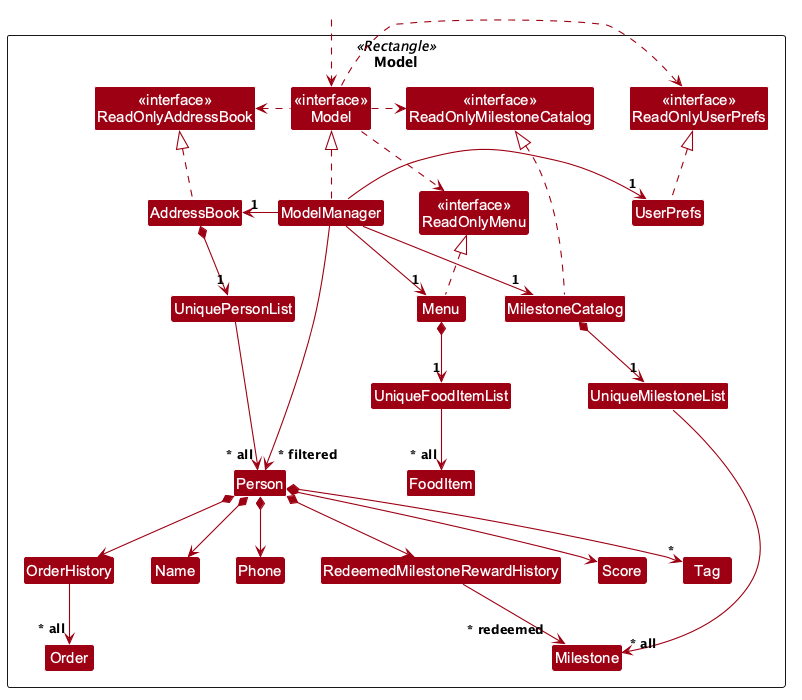
Before: docs/images/ModelClassDiagram.png, a diagram exported from PlantUML (AY2627S1-CS2103T-F12-3/tp). Its source is kept beside it as docs/diagrams/ModelClassDiagram.puml.
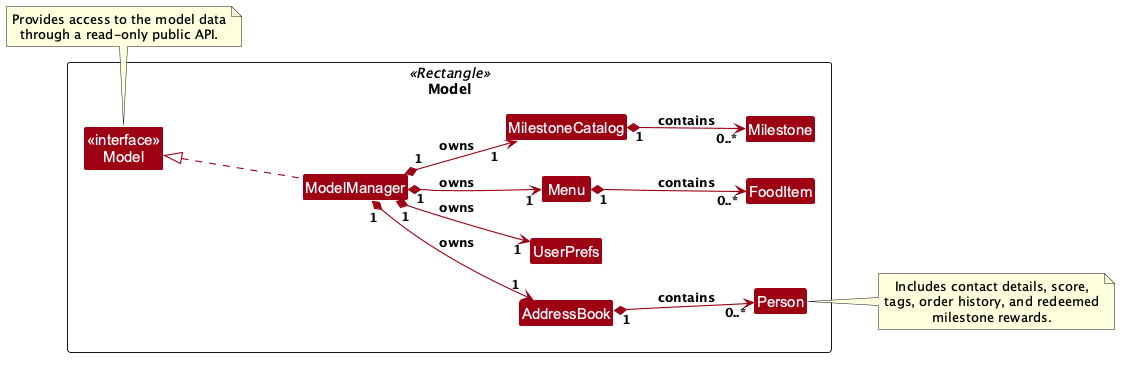
The same diagram one commit later.

Commit message:
Simplify model class diagram

What changed in the source:
```diff
@@ -4,75 +4,39 @@
 skinparam arrowThickness 1.1
 skinparam arrowColor MODEL_COLOR
 skinparam classBackgroundColor MODEL_COLOR
+left to right direction
 
-Package Model as ModelPackage <<Rectangle>>{
-Class "<<interface>>\nReadOnlyAddressBook" as ReadOnlyAddressBook
-Class "<<interface>>\nReadOnlyUserPrefs" as ReadOnlyUserPrefs
-Class "<<interface>>\nReadOnlyMenu" as ReadOnlyMenu
-Class "<<interface>>\nReadOnlyMilestoneCatalog" as ReadOnlyMilestoneCatalog
-Class "<<interface>>\nModel" as Model
-Class AddressBook
-Class ModelManager
-Class UserPrefs
-Class Menu
-Class FoodItem
-Class UniqueFoodItemList
-Class MilestoneCatalog
-Class Milestone
-Class UniqueMilestoneList
-
-Class UniquePersonList
-Class Person
-Class Name
-Class Phone
-Class Score
-Class Tag
-Class OrderHistory
-Class Order
-Class RedeemedMilestoneRewardHistory
-
-Class I #FFFFFF
+Package Model as ModelPackage <<Rectangle>> {
+    Class "<<interface>>\nModel" as Model
+    Class ModelManager
+    Class AddressBook
+    Class UserPrefs
+    Class Menu
+    Class FoodItem
+    Class MilestoneCatalog
+    Class Milestone
+    Class Person
 }
 
-Class HiddenOutside #FFFFFF
-HiddenOutside ..> Model
+ModelManager .up.|> Model
 
-AddressBook .up.|> ReadOnlyAddressBook
+ModelManager "1" *--> "1" AddressBook : owns
+ModelManager "1" *--> "1" UserPrefs : owns
+ModelManager "1" *--> "1" Menu : owns
+ModelManager "1" *--> "1" MilestoneCatalog : owns
 
-ModelManager .up.|> Model
-Model .right.> ReadOnlyUserPrefs
-Model .left.> ReadOnlyAddressBook
-Model .right.> ReadOnlyMenu
-Model .right.> ReadOnlyMilestoneCatalog
-ModelManager -left-> "1" AddressBook
-ModelManager -right-> "1" UserPrefs
-ModelManager -down-> "1" Menu
-ModelManager -down-> "1" MilestoneCatalog
-UserPrefs .up.|> ReadOnlyUserPrefs
-Menu .up.|> ReadOnlyMenu
-MilestoneCatalog .up.|> ReadOnlyMilestoneCatalog
+AddressBook "1" *--> "0..*" Person : contains
+Menu "1" *--> "0..*" FoodItem : contains
+MilestoneCatalog "1" *--> "0..*" Milestone : contains
 
-AddressBook *--> "1" UniquePersonList
-UniquePersonList --> "~* all" Person
-Person *--> Name
-Person *--> Phone
-Person *--> Score
-Person *--> "*" Tag
-Person *--> OrderHistory
-OrderHistory --> "~* all" Order
-Person *--> RedeemedMilestoneRewardHistory
-RedeemedMilestoneRewardHistory --> "~* redeemed" Milestone
+note right of Person
+  Includes contact details, score,
+  tags, order history, and redeemed
+  milestone rewards.
+end note
 
-Menu *--> "1" UniqueFoodItemList
-UniqueFoodItemList --> "~* all" FoodItem
-
-MilestoneCatalog *--> "1" UniqueMilestoneList
-UniqueMilestoneList --> "~* all" Milestone
-
-Person -[hidden]up--> I
-UniquePersonList -[hidden]right-> I
-
-Name -[hidden]right-> Phone
-
-ModelManager --> "~* filtered" Person
+note bottom of Model
+  Provides access to the model data
+  through a read-only public API.
+end note
 @enduml
```
